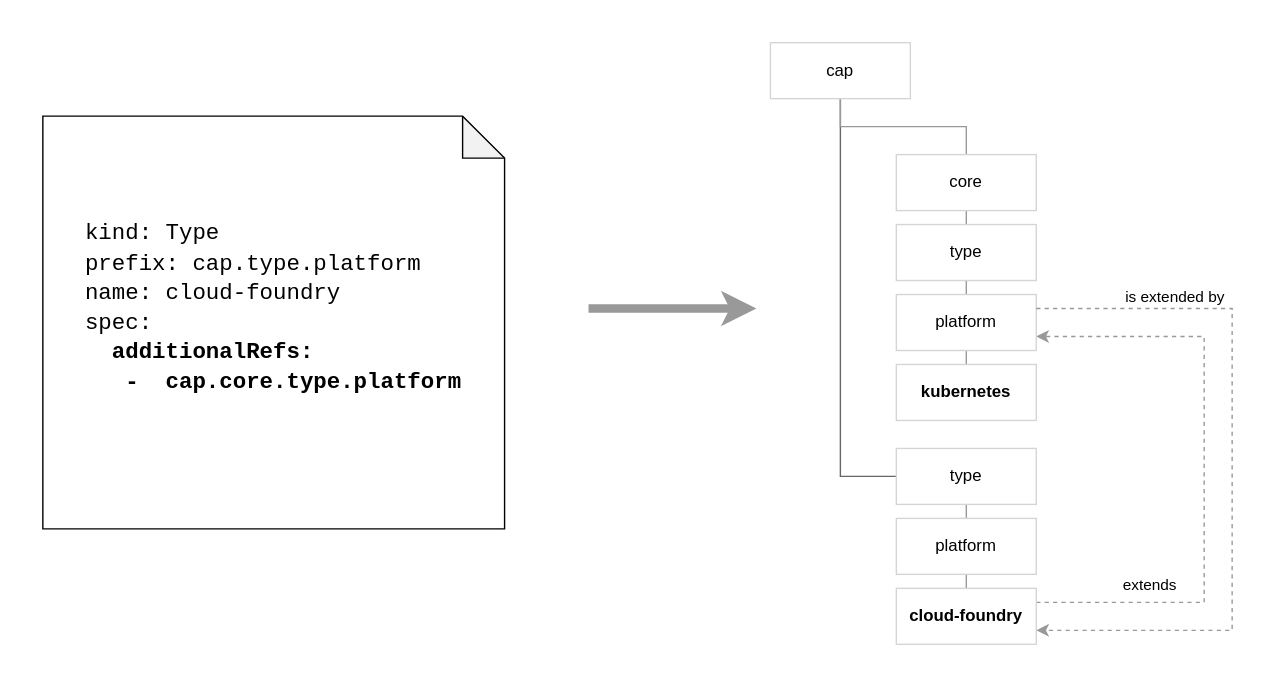
Earlier version of the draw.io export docs/feature/assets/type-additional-refs.svg (capactio/website). Source tidied: cells renumbered, new cells last; positions are measured from the earlier drawing's top-left corner, leaving out a move shared by most shapes. The source it was exported from:
```xml
<mxGraphModel>
  <root>
    <mxCell id="0" />
    <mxCell id="1" parent="0" />
    <mxCell id="2" style="rounded=0;whiteSpace=wrap;html=1;strokeColor=none;" parent="1" vertex="1">
      <mxGeometry width="910" height="480" as="geometry" />
    </mxCell>
    <mxCell id="3" style="edgeStyle=orthogonalEdgeStyle;rounded=0;jettySize=auto;html=1;exitX=1;exitY=0.25;exitDx=0;exitDy=0;entryX=1;entryY=0.75;entryDx=0;entryDy=0;strokeColor=#999999;dashed=1;" parent="1" edge="1" source="21" target="15">
      <mxGeometry relative="1" as="geometry">
        <Array as="points">
          <mxPoint x="860" y="430" />
          <mxPoint x="860" y="240" />
        </Array>
      </mxGeometry>
    </mxCell>
    <mxCell id="4" value="extends" style="edgeLabel;html=1;align=center;verticalAlign=middle;" parent="3" vertex="1">
      <mxGeometry x="0.05" y="-2" relative="1" as="geometry">
        <mxPoint x="-42" y="94" as="offset" />
      </mxGeometry>
    </mxCell>
    <mxCell id="5" style="edgeStyle=orthogonalEdgeStyle;rounded=0;jettySize=auto;html=1;entryX=0;entryY=0.5;entryDx=0;entryDy=0;strokeWidth=1;strokeColor=#666666;endArrow=none;endFill=0;" parent="1" edge="1" source="7" target="18">
      <mxGeometry relative="1" as="geometry" />
    </mxCell>
    <mxCell id="6" style="edgeStyle=orthogonalEdgeStyle;rounded=0;jettySize=auto;html=1;exitX=0.5;exitY=1;exitDx=0;exitDy=0;entryX=0.5;entryY=0;entryDx=0;entryDy=0;endArrow=none;endFill=0;strokeColor=#999999;strokeWidth=1;" parent="1" edge="1" source="7" target="11">
      <mxGeometry relative="1" as="geometry">
        <Array as="points">
          <mxPoint x="600" y="90" />
          <mxPoint x="690" y="90" />
        </Array>
      </mxGeometry>
    </mxCell>
    <mxCell id="7" value="cap" style="rounded=0;whiteSpace=wrap;html=1;strokeColor=#D2D5D9;" parent="1" vertex="1">
      <mxGeometry x="550" y="30" width="100" height="40" as="geometry" />
    </mxCell>
    <mxCell id="8" value="&lt;p dir=&quot;ltr&quot; style=&quot;text-align: left ; line-height: 1.2 ; margin-top: 0pt ; margin-bottom: 0pt&quot;&gt;&lt;span style=&quot;font-size: 12pt ; background-color: transparent ; vertical-align: baseline&quot;&gt;&lt;font face=&quot;Courier New&quot;&gt;kind: Type&lt;/font&gt;&lt;/span&gt;&lt;/p&gt;&lt;p dir=&quot;ltr&quot; style=&quot;text-align: left ; line-height: 1.2 ; margin-top: 0pt ; margin-bottom: 0pt&quot;&gt;&lt;span style=&quot;font-size: 12pt ; background-color: transparent ; vertical-align: baseline&quot;&gt;&lt;font face=&quot;Courier New&quot;&gt;prefix: cap.type.platform&lt;/font&gt;&lt;/span&gt;&lt;/p&gt;&lt;p dir=&quot;ltr&quot; style=&quot;text-align: left ; line-height: 1.2 ; margin-top: 0pt ; margin-bottom: 0pt&quot;&gt;&lt;span style=&quot;font-size: 12pt ; background-color: transparent ; vertical-align: baseline&quot;&gt;&lt;font face=&quot;Courier New&quot;&gt;name: cloud-foundry&lt;/font&gt;&lt;/span&gt;&lt;/p&gt;&lt;p dir=&quot;ltr&quot; style=&quot;text-align: left ; line-height: 1.2 ; margin-top: 0pt ; margin-bottom: 0pt&quot;&gt;&lt;span style=&quot;font-size: 12pt ; background-color: transparent ; vertical-align: baseline&quot;&gt;&lt;font face=&quot;Courier New&quot;&gt;spec:&lt;/font&gt;&lt;/span&gt;&lt;/p&gt;&lt;p dir=&quot;ltr&quot; style=&quot;text-align: left ; line-height: 1.2 ; margin-top: 0pt ; margin-bottom: 0pt&quot;&gt;&lt;span style=&quot;font-size: 12pt ; background-color: transparent ; vertical-align: baseline&quot;&gt;&lt;font face=&quot;Courier New&quot;&gt;&amp;nbsp;&amp;nbsp;&lt;b&gt;additionalRefs:&lt;/b&gt;&lt;/font&gt;&lt;/span&gt;&lt;/p&gt;&lt;p dir=&quot;ltr&quot; style=&quot;text-align: left ; line-height: 1.2 ; margin-top: 0pt ; margin-bottom: 0pt&quot;&gt;&lt;span style=&quot;font-size: 12pt ; background-color: transparent ; vertical-align: baseline&quot;&gt;&lt;font face=&quot;Courier New&quot;&gt;&lt;b&gt;&amp;nbsp;&amp;nbsp;&amp;nbsp;-&amp;nbsp; cap.core.type.platform&lt;/b&gt;&lt;/font&gt;&lt;/span&gt;&lt;/p&gt;&lt;div&gt;&lt;span style=&quot;font-size: 12pt ; background-color: transparent ; vertical-align: baseline&quot;&gt;&lt;font face=&quot;Courier New&quot;&gt;&lt;br&gt;&lt;/font&gt;&lt;/span&gt;&lt;/div&gt;" style="shape=note;whiteSpace=wrap;html=1;backgroundOutline=1;darkOpacity=0.05;" parent="1" vertex="1">
      <mxGeometry x="30" y="82.5" width="330" height="295" as="geometry" />
    </mxCell>
    <mxCell id="9" style="edgeStyle=orthogonalEdgeStyle;rounded=0;orthogonalLoop=1;jettySize=auto;html=1;strokeColor=#999999;strokeWidth=6;" parent="1" edge="1">
      <mxGeometry relative="1" as="geometry">
        <mxPoint x="420" y="220" as="sourcePoint" />
        <mxPoint x="540" y="220" as="targetPoint" />
      </mxGeometry>
    </mxCell>
    <mxCell id="10" style="edgeStyle=orthogonalEdgeStyle;rounded=0;jettySize=auto;html=1;exitX=0.5;exitY=1;exitDx=0;exitDy=0;entryX=0.5;entryY=0;entryDx=0;entryDy=0;endArrow=none;endFill=0;strokeColor=#999999;strokeWidth=1;" parent="1" edge="1" source="11" target="13">
      <mxGeometry relative="1" as="geometry" />
    </mxCell>
    <mxCell id="11" value="core" style="rounded=0;whiteSpace=wrap;html=1;strokeColor=#D2D5D9;" parent="1" vertex="1">
      <mxGeometry x="640" y="110" width="100" height="40" as="geometry" />
    </mxCell>
    <mxCell id="12" style="edgeStyle=orthogonalEdgeStyle;rounded=0;jettySize=auto;html=1;exitX=0.5;exitY=1;exitDx=0;exitDy=0;entryX=0.5;entryY=0;entryDx=0;entryDy=0;endArrow=none;endFill=0;strokeColor=#999999;strokeWidth=1;" parent="1" edge="1" source="13" target="15">
      <mxGeometry relative="1" as="geometry" />
    </mxCell>
    <mxCell id="13" value="type" style="rounded=0;whiteSpace=wrap;html=1;strokeColor=#D2D5D9;" parent="1" vertex="1">
      <mxGeometry x="640" y="160" width="100" height="40" as="geometry" />
    </mxCell>
    <mxCell id="14" style="edgeStyle=orthogonalEdgeStyle;rounded=0;jettySize=auto;html=1;exitX=0.5;exitY=1;exitDx=0;exitDy=0;entryX=0.5;entryY=0;entryDx=0;entryDy=0;endArrow=none;endFill=0;strokeColor=#999999;strokeWidth=1;" parent="1" edge="1" source="15" target="16">
      <mxGeometry relative="1" as="geometry" />
    </mxCell>
    <mxCell id="15" value="platform" style="rounded=0;whiteSpace=wrap;html=1;strokeColor=#D2D5D9;" parent="1" vertex="1">
      <mxGeometry x="640" y="210" width="100" height="40" as="geometry" />
    </mxCell>
    <mxCell id="16" value="&lt;b&gt;kubernetes&lt;/b&gt;" style="rounded=0;whiteSpace=wrap;html=1;strokeColor=#D2D5D9;" parent="1" vertex="1">
      <mxGeometry x="640" y="260" width="100" height="40" as="geometry" />
    </mxCell>
    <mxCell id="17" style="edgeStyle=orthogonalEdgeStyle;rounded=0;jettySize=auto;html=1;exitX=0.5;exitY=1;exitDx=0;exitDy=0;entryX=0.5;entryY=0;entryDx=0;entryDy=0;endArrow=none;endFill=0;strokeColor=#999999;strokeWidth=1;" parent="1" edge="1" source="18" target="20">
      <mxGeometry relative="1" as="geometry" />
    </mxCell>
    <mxCell id="18" value="type" style="rounded=0;whiteSpace=wrap;html=1;strokeColor=#D2D5D9;" parent="1" vertex="1">
      <mxGeometry x="640" y="320" width="100" height="40" as="geometry" />
    </mxCell>
    <mxCell id="19" style="edgeStyle=orthogonalEdgeStyle;rounded=0;jettySize=auto;html=1;exitX=0.5;exitY=1;exitDx=0;exitDy=0;entryX=0.5;entryY=0;entryDx=0;entryDy=0;endArrow=none;endFill=0;strokeColor=#999999;strokeWidth=1;" parent="1" edge="1" source="20" target="21">
      <mxGeometry relative="1" as="geometry" />
    </mxCell>
    <mxCell id="20" value="platform" style="rounded=0;whiteSpace=wrap;html=1;strokeColor=#D2D5D9;" parent="1" vertex="1">
      <mxGeometry x="640" y="370" width="100" height="40" as="geometry" />
    </mxCell>
    <mxCell id="21" value="cloud-foundry" style="rounded=0;whiteSpace=wrap;html=1;strokeColor=#D2D5D9;fontStyle=1;" parent="1" vertex="1">
      <mxGeometry x="640" y="420" width="100" height="40" as="geometry" />
    </mxCell>
    <mxCell id="22" style="edgeStyle=orthogonalEdgeStyle;rounded=0;jettySize=auto;html=1;exitX=1;exitY=0.25;exitDx=0;exitDy=0;entryX=1;entryY=0.75;entryDx=0;entryDy=0;strokeColor=#999999;dashed=1;" parent="1" edge="1" source="15" target="21">
      <mxGeometry relative="1" as="geometry">
        <Array as="points">
          <mxPoint x="880" y="220" />
          <mxPoint x="880" y="450" />
        </Array>
      </mxGeometry>
    </mxCell>
    <mxCell id="23" value="is extended by" style="edgeLabel;html=1;align=center;verticalAlign=middle;" parent="22" vertex="1">
      <mxGeometry x="0.05" y="-2" relative="1" as="geometry">
        <mxPoint x="-40" y="-138" as="offset" />
      </mxGeometry>
    </mxCell>
  </root>
</mxGraphModel>
```
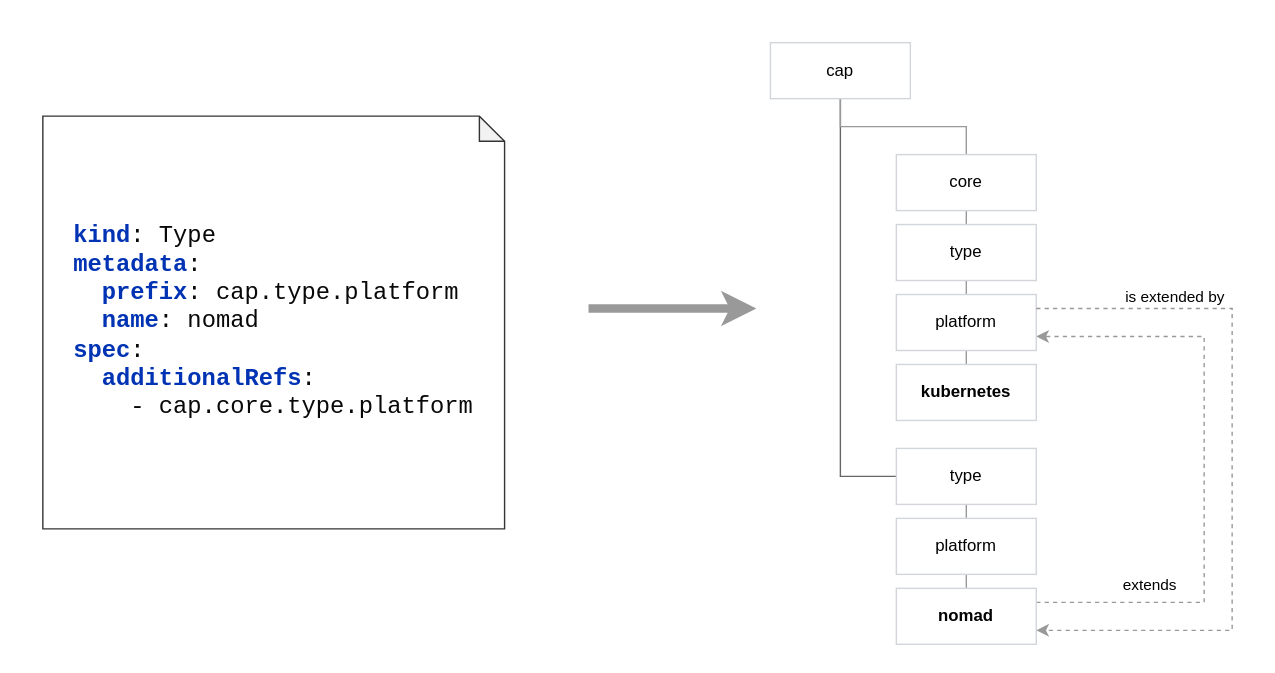
Later version of the same file.

Commit message:
Update docs about additionalRefs (#106)

Change to the diagram source:
```diff
@@ -32,7 +32,7 @@
     <mxCell id="7" value="cap" style="rounded=0;whiteSpace=wrap;html=1;strokeColor=#D2D5D9;" parent="1" vertex="1">
       <mxGeometry x="550" y="30" width="100" height="40" as="geometry" />
     </mxCell>
-    <mxCell id="8" value="&lt;p dir=&quot;ltr&quot; style=&quot;text-align: left ; line-height: 1.2 ; margin-top: 0pt ; margin-bottom: 0pt&quot;&gt;&lt;span style=&quot;font-size: 12pt ; background-color: transparent ; vertical-align: baseline&quot;&gt;&lt;font face=&quot;Courier New&quot;&gt;kind: Type&lt;/font&gt;&lt;/span&gt;&lt;/p&gt;&lt;p dir=&quot;ltr&quot; style=&quot;text-align: left ; line-height: 1.2 ; margin-top: 0pt ; margin-bottom: 0pt&quot;&gt;&lt;span style=&quot;font-size: 12pt ; background-color: transparent ; vertical-align: baseline&quot;&gt;&lt;font face=&quot;Courier New&quot;&gt;prefix: cap.type.platform&lt;/font&gt;&lt;/span&gt;&lt;/p&gt;&lt;p dir=&quot;ltr&quot; style=&quot;text-align: left ; line-height: 1.2 ; margin-top: 0pt ; margin-bottom: 0pt&quot;&gt;&lt;span style=&quot;font-size: 12pt ; background-color: transparent ; vertical-align: baseline&quot;&gt;&lt;font face=&quot;Courier New&quot;&gt;name: cloud-foundry&lt;/font&gt;&lt;/span&gt;&lt;/p&gt;&lt;p dir=&quot;ltr&quot; style=&quot;text-align: left ; line-height: 1.2 ; margin-top: 0pt ; margin-bottom: 0pt&quot;&gt;&lt;span style=&quot;font-size: 12pt ; background-color: transparent ; vertical-align: baseline&quot;&gt;&lt;font face=&quot;Courier New&quot;&gt;spec:&lt;/font&gt;&lt;/span&gt;&lt;/p&gt;&lt;p dir=&quot;ltr&quot; style=&quot;text-align: left ; line-height: 1.2 ; margin-top: 0pt ; margin-bottom: 0pt&quot;&gt;&lt;span style=&quot;font-size: 12pt ; background-color: transparent ; vertical-align: baseline&quot;&gt;&lt;font face=&quot;Courier New&quot;&gt;&amp;nbsp;&amp;nbsp;&lt;b&gt;additionalRefs:&lt;/b&gt;&lt;/font&gt;&lt;/span&gt;&lt;/p&gt;&lt;p dir=&quot;ltr&quot; style=&quot;text-align: left ; line-height: 1.2 ; margin-top: 0pt ; margin-bottom: 0pt&quot;&gt;&lt;span style=&quot;font-size: 12pt ; background-color: transparent ; vertical-align: baseline&quot;&gt;&lt;font face=&quot;Courier New&quot;&gt;&lt;b&gt;&amp;nbsp;&amp;nbsp;&amp;nbsp;-&amp;nbsp; cap.core.type.platform&lt;/b&gt;&lt;/font&gt;&lt;/span&gt;&lt;/p&gt;&lt;div&gt;&lt;span style=&quot;font-size: 12pt ; background-color: transparent ; vertical-align: baseline&quot;&gt;&lt;font face=&quot;Courier New&quot;&gt;&lt;br&gt;&lt;/font&gt;&lt;/span&gt;&lt;/div&gt;" style="shape=note;whiteSpace=wrap;html=1;backgroundOutline=1;darkOpacity=0.05;" parent="1" vertex="1">
+    <mxCell id="8" value="&lt;pre style=&quot;background-color: rgb(255 , 255 , 255) ; color: rgb(8 , 8 , 8) ; font-family: &amp;#34;jetbrains mono&amp;#34; , monospace ; font-size: 17px&quot;&gt;&lt;div style=&quot;text-align: left&quot;&gt;&lt;span style=&quot;color: rgb(0 , 51 , 179)&quot;&gt;&lt;b&gt;kind&lt;/b&gt;&lt;/span&gt;&lt;span&gt;: Type&lt;/span&gt;&lt;/div&gt;&lt;span style=&quot;color: #0033b3&quot;&gt;&lt;div style=&quot;text-align: left&quot;&gt;&lt;span&gt;&lt;b&gt;metadata&lt;/b&gt;&lt;/span&gt;&lt;span style=&quot;color: rgb(8 , 8 , 8)&quot;&gt;:&lt;/span&gt;&lt;/div&gt;&lt;div style=&quot;text-align: left&quot;&gt;&lt;b&gt;  prefix&lt;/b&gt;&lt;span style=&quot;color: rgb(8 , 8 , 8)&quot;&gt;: cap.type.platform&lt;/span&gt;&lt;span style=&quot;color: rgb(8 , 8 , 8)&quot;&gt;&lt;br&gt;&lt;/span&gt;&lt;/div&gt;&lt;/span&gt;&lt;div style=&quot;text-align: left&quot;&gt;&lt;span&gt;  &lt;/span&gt;&lt;span style=&quot;color: rgb(0 , 51 , 179)&quot;&gt;&lt;b&gt;name&lt;/b&gt;&lt;/span&gt;&lt;span&gt;: nomad&lt;/span&gt;&lt;/div&gt;&lt;span style=&quot;color: #0033b3&quot;&gt;&lt;div style=&quot;text-align: left&quot;&gt;&lt;span&gt;&lt;b&gt;spec&lt;/b&gt;&lt;/span&gt;&lt;span style=&quot;color: rgb(8 , 8 , 8)&quot;&gt;:&lt;/span&gt;&lt;/div&gt;&lt;/span&gt;&lt;div style=&quot;text-align: left&quot;&gt;&lt;span&gt;  &lt;/span&gt;&lt;span style=&quot;color: rgb(0 , 51 , 179)&quot;&gt;&lt;b&gt;additionalRefs&lt;/b&gt;&lt;/span&gt;&lt;span&gt;:&lt;/span&gt;&lt;/div&gt;&lt;div style=&quot;text-align: left&quot;&gt;&lt;span&gt;&amp;nbsp; &amp;nbsp; - cap.core.type.&lt;/span&gt;&lt;span style=&quot;text-align: center&quot;&gt;platform&lt;/span&gt;&lt;/div&gt;&lt;/pre&gt;" style="shape=note;whiteSpace=wrap;html=1;backgroundOutline=1;darkOpacity=0.05;size=18;strokeColor=#333333;" parent="1" vertex="1">
       <mxGeometry x="30" y="82.5" width="330" height="295" as="geometry" />
     </mxCell>
     <mxCell id="9" style="edgeStyle=orthogonalEdgeStyle;rounded=0;orthogonalLoop=1;jettySize=auto;html=1;strokeColor=#999999;strokeWidth=6;" parent="1" edge="1">
@@ -74,7 +74,7 @@
     <mxCell id="20" value="platform" style="rounded=0;whiteSpace=wrap;html=1;strokeColor=#D2D5D9;" parent="1" vertex="1">
       <mxGeometry x="640" y="370" width="100" height="40" as="geometry" />
     </mxCell>
-    <mxCell id="21" value="cloud-foundry" style="rounded=0;whiteSpace=wrap;html=1;strokeColor=#D2D5D9;fontStyle=1;" parent="1" vertex="1">
+    <mxCell id="21" value="nomad" style="rounded=0;whiteSpace=wrap;html=1;strokeColor=#D2D5D9;fontStyle=1;" parent="1" vertex="1">
       <mxGeometry x="640" y="420" width="100" height="40" as="geometry" />
     </mxCell>
     <mxCell id="22" style="edgeStyle=orthogonalEdgeStyle;rounded=0;jettySize=auto;html=1;exitX=1;exitY=0.25;exitDx=0;exitDy=0;entryX=1;entryY=0.75;entryDx=0;entryDy=0;strokeColor=#999999;dashed=1;" parent="1" edge="1" source="15" target="21">
```
